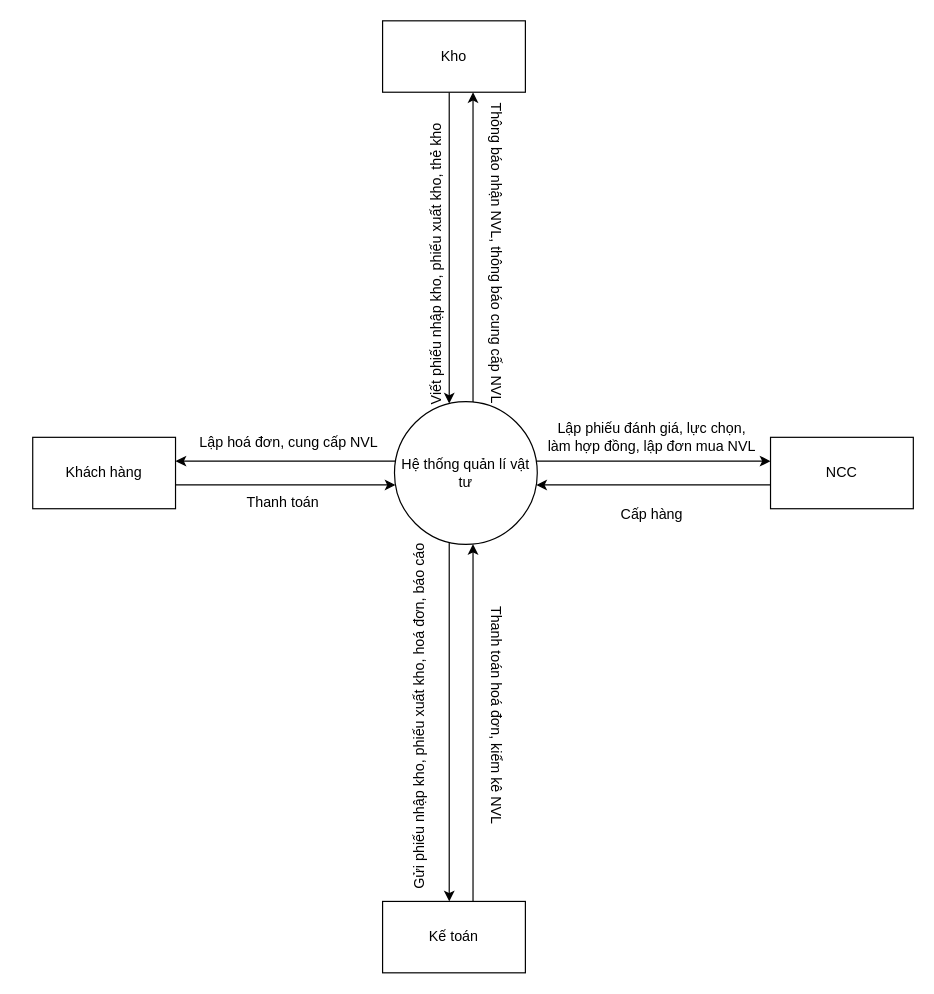
Above: page "DFD LV0" (2 of 3) of Document/BaiTapUngDung5.drawio in EdgarIgnite16/HTTTDN-Project (draw.io), before the change. Source tidied: cells renumbered, new cells numbered last; positions are measured from the earlier drawing's top-left corner, leaving out a move shared by most shapes. Both pictures are drawn from the tidied source at 119%, with x=0, y=0 at pixel (32, 20).
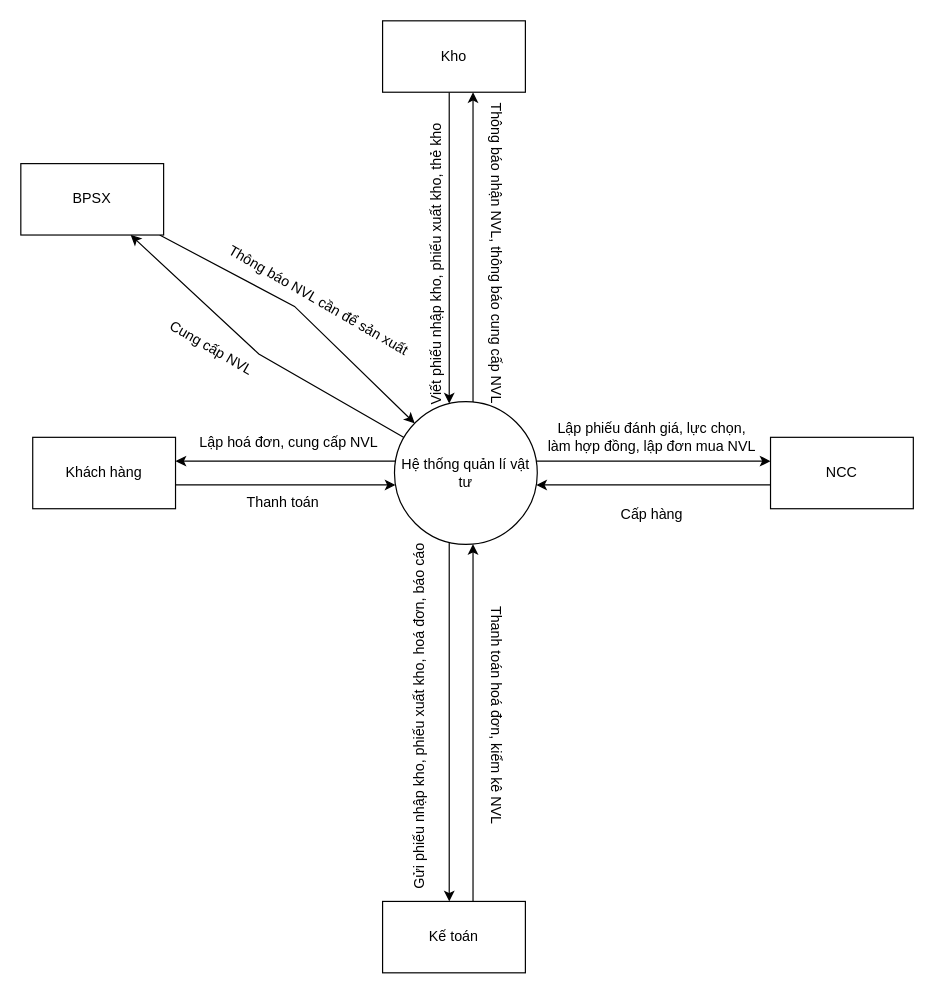
Above is the later version.

Unchanged cells that the change refers to:
```xml
<mxCell id="6" value="Hệ thống quản lí vật tư" style="ellipse;whiteSpace=wrap;html=1;" parent="1" vertex="1">
  <mxGeometry x="304" y="320" width="120" height="120" as="geometry" />
</mxCell>
```

What changed in the source:
```diff
@@
+    <mxCell id="23" style="rounded=0;jettySize=auto;html=1;" parent="1" edge="1" source="6" target="25">
+      <mxGeometry relative="1" as="geometry">
+        <Array as="points">
+          <mxPoint x="190" y="280" />
+        </Array>
+      </mxGeometry>
+    </mxCell>
@@
+    <mxCell id="24" style="rounded=0;jettySize=auto;html=1;" parent="1" edge="1" source="25" target="6">
+      <mxGeometry relative="1" as="geometry">
+        <Array as="points">
+          <mxPoint x="220" y="240" />
+        </Array>
+      </mxGeometry>
+    </mxCell>
+    <mxCell id="25" value="BPSX" style="rounded=0;whiteSpace=wrap;html=1;" parent="1" vertex="1">
+      <mxGeometry x="-10" y="120" width="120" height="60" as="geometry" />
+    </mxCell>
+    <mxCell id="26" value="Thông báo NVL cần để sản xuất" style="text;html=1;align=center;verticalAlign=middle;strokeColor=none;fillColor=none;rotation=30;" parent="1" vertex="1">
+      <mxGeometry x="140" y="220" width="200" height="30" as="geometry" />
+    </mxCell>
+    <mxCell id="27" value="Cung cấp NVL" style="text;html=1;align=center;verticalAlign=middle;strokeColor=none;fillColor=none;rotation=30;" parent="1" vertex="1">
+      <mxGeometry x="100" y="260" width="100" height="30" as="geometry" />
+    </mxCell>
```
